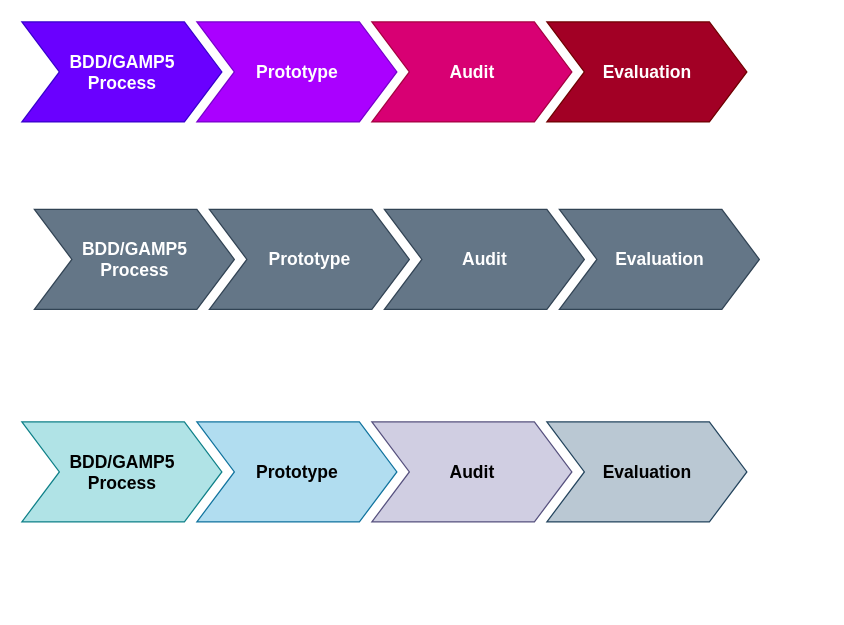
The draw.io diagram documentation/Approach_Figure1.drawio in sableu/BDD4OQ, before the edit. Source tidied: cells renumbered, new cells numbered last; positions are measured from the earlier drawing's top-left corner, leaving out a move shared by most shapes. Both pictures are drawn from the tidied source at 125%, with x=0, y=0 at pixel (21, 21).
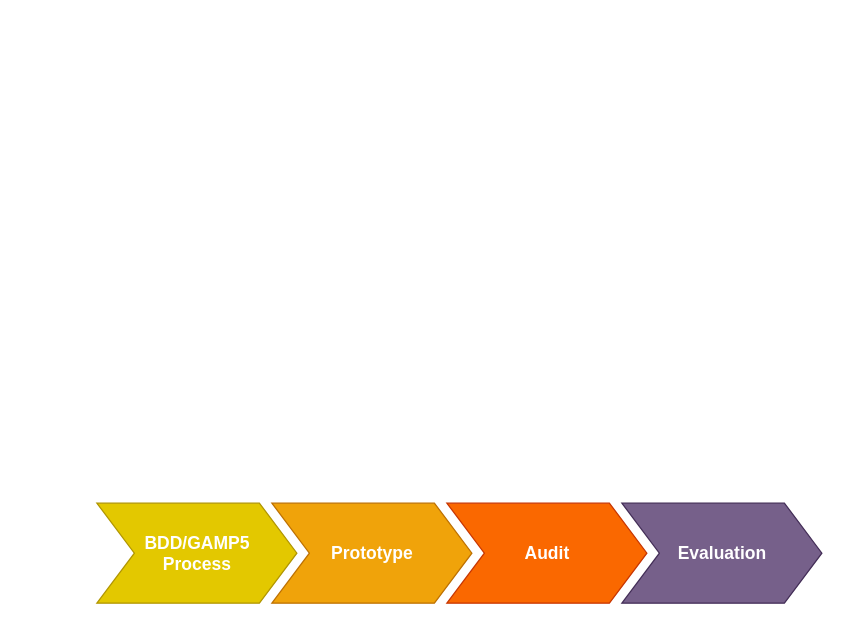
The same page after the edit.

Commit message (it also covers changes not shown here):
Continued on Documentation GAMP5 Part --> IQ, OQ, PQ and smaller corrections and improvements

Change to the diagram source:
```diff
@@
 <mxGraphModel>
   <root>
     <mxCell id="0" />
     <mxCell id="1" parent="0" />
-    <mxCell id="2" value="&lt;b style=&quot;font-size: 14px&quot;&gt;BDD/GAMP5&lt;br&gt;Process&lt;/b&gt;" style="html=1;shadow=0;dashed=0;align=center;verticalAlign=middle;shape=mxgraph.arrows2.arrow;dy=0;dx=30;notch=30;fillColor=#6a00ff;strokeColor=#3700CC;fontColor=#ffffff;" parent="1" vertex="1">
-      <mxGeometry width="160" height="80" as="geometry" />
-    </mxCell>
-    <mxCell id="3" value="&lt;span style=&quot;font-size: 14px&quot;&gt;&lt;b&gt;Prototype&lt;/b&gt;&lt;/span&gt;" style="html=1;shadow=0;dashed=0;align=center;verticalAlign=middle;shape=mxgraph.arrows2.arrow;dy=0;dx=30;notch=30;fillColor=#aa00ff;strokeColor=#7700CC;fontColor=#ffffff;" parent="1" vertex="1">
-      <mxGeometry x="140" width="160" height="80" as="geometry" />
-    </mxCell>
-    <mxCell id="4" value="&lt;span style=&quot;font-size: 14px&quot;&gt;&lt;b&gt;Audit&lt;/b&gt;&lt;/span&gt;" style="html=1;shadow=0;dashed=0;align=center;verticalAlign=middle;shape=mxgraph.arrows2.arrow;dy=0;dx=30;notch=30;fillColor=#d80073;strokeColor=#A50040;fontColor=#ffffff;" parent="1" vertex="1">
-      <mxGeometry x="280" width="160" height="80" as="geometry" />
-    </mxCell>
-    <mxCell id="5" value="&lt;span style=&quot;font-size: 14px&quot;&gt;&lt;b&gt;Evaluation&lt;/b&gt;&lt;/span&gt;" style="html=1;shadow=0;dashed=0;align=center;verticalAlign=middle;shape=mxgraph.arrows2.arrow;dy=0;dx=30;notch=30;fillColor=#a20025;strokeColor=#6F0000;fontColor=#ffffff;" parent="1" vertex="1">
-      <mxGeometry x="420" width="160" height="80" as="geometry" />
-    </mxCell>
-    <mxCell id="6" value="&lt;b style=&quot;font-size: 14px&quot;&gt;BDD/GAMP5&lt;br&gt;Process&lt;/b&gt;" style="html=1;shadow=0;dashed=0;align=center;verticalAlign=middle;shape=mxgraph.arrows2.arrow;dy=0;dx=30;notch=30;fillColor=#647687;strokeColor=#314354;fontColor=#ffffff;" parent="1" vertex="1">
-      <mxGeometry x="10" y="150" width="160" height="80" as="geometry" />
-    </mxCell>
-    <mxCell id="7" value="&lt;span style=&quot;font-size: 14px&quot;&gt;&lt;b&gt;Prototype&lt;/b&gt;&lt;/span&gt;" style="html=1;shadow=0;dashed=0;align=center;verticalAlign=middle;shape=mxgraph.arrows2.arrow;dy=0;dx=30;notch=30;fillColor=#647687;strokeColor=#314354;fontColor=#ffffff;" parent="1" vertex="1">
-      <mxGeometry x="150" y="150" width="160" height="80" as="geometry" />
-    </mxCell>
-    <mxCell id="8" value="&lt;span style=&quot;font-size: 14px&quot;&gt;&lt;b&gt;Audit&lt;/b&gt;&lt;/span&gt;" style="html=1;shadow=0;dashed=0;align=center;verticalAlign=middle;shape=mxgraph.arrows2.arrow;dy=0;dx=30;notch=30;fillColor=#647687;strokeColor=#314354;fontColor=#ffffff;" parent="1" vertex="1">
-      <mxGeometry x="290" y="150" width="160" height="80" as="geometry" />
-    </mxCell>
-    <mxCell id="9" value="&lt;span style=&quot;font-size: 14px&quot;&gt;&lt;b&gt;Evaluation&lt;/b&gt;&lt;/span&gt;" style="html=1;shadow=0;dashed=0;align=center;verticalAlign=middle;shape=mxgraph.arrows2.arrow;dy=0;dx=30;notch=30;fillColor=#647687;strokeColor=#314354;fontColor=#ffffff;" parent="1" vertex="1">
-      <mxGeometry x="430" y="150" width="160" height="80" as="geometry" />
-    </mxCell>
-    <mxCell id="10" value="&lt;b style=&quot;font-size: 14px&quot;&gt;BDD/GAMP5&lt;br&gt;Process&lt;/b&gt;" style="html=1;shadow=0;dashed=0;align=center;verticalAlign=middle;shape=mxgraph.arrows2.arrow;dy=0;dx=30;notch=30;fillColor=#b0e3e6;strokeColor=#0e8088;" parent="1" vertex="1">
-      <mxGeometry y="320" width="160" height="80" as="geometry" />
-    </mxCell>
-    <mxCell id="11" value="&lt;span style=&quot;font-size: 14px&quot;&gt;&lt;b&gt;Prototype&lt;/b&gt;&lt;/span&gt;" style="html=1;shadow=0;dashed=0;align=center;verticalAlign=middle;shape=mxgraph.arrows2.arrow;dy=0;dx=30;notch=30;fillColor=#b1ddf0;strokeColor=#10739e;" parent="1" vertex="1">
-      <mxGeometry x="140" y="320" width="160" height="80" as="geometry" />
-    </mxCell>
-    <mxCell id="12" value="&lt;span style=&quot;font-size: 14px&quot;&gt;&lt;b&gt;Audit&lt;/b&gt;&lt;/span&gt;" style="html=1;shadow=0;dashed=0;align=center;verticalAlign=middle;shape=mxgraph.arrows2.arrow;dy=0;dx=30;notch=30;fillColor=#d0cee2;strokeColor=#56517e;" parent="1" vertex="1">
-      <mxGeometry x="280" y="320" width="160" height="80" as="geometry" />
-    </mxCell>
-    <mxCell id="13" value="&lt;span style=&quot;font-size: 14px&quot;&gt;&lt;b&gt;Evaluation&lt;/b&gt;&lt;/span&gt;" style="html=1;shadow=0;dashed=0;align=center;verticalAlign=middle;shape=mxgraph.arrows2.arrow;dy=0;dx=30;notch=30;fillColor=#bac8d3;strokeColor=#23445d;" parent="1" vertex="1">
-      <mxGeometry x="420" y="320" width="160" height="80" as="geometry" />
-    </mxCell>
+    <mxCell id="14" value="&lt;b style=&quot;font-size: 14px&quot;&gt;BDD/GAMP5&lt;br&gt;Process&lt;/b&gt;" style="html=1;shadow=0;dashed=0;align=center;verticalAlign=middle;shape=mxgraph.arrows2.arrow;dy=0;dx=30;notch=30;fillColor=#e3c800;strokeColor=#B09500;fontColor=#ffffff;" parent="1" vertex="1">
+      <mxGeometry x="60" y="385" width="160" height="80" as="geometry" />
+    </mxCell>
+    <mxCell id="15" value="&lt;span style=&quot;font-size: 14px&quot;&gt;&lt;b&gt;Prototype&lt;/b&gt;&lt;/span&gt;" style="html=1;shadow=0;dashed=0;align=center;verticalAlign=middle;shape=mxgraph.arrows2.arrow;dy=0;dx=30;notch=30;fillColor=#f0a30a;strokeColor=#BD7000;fontColor=#ffffff;" parent="1" vertex="1">
+      <mxGeometry x="200" y="385" width="160" height="80" as="geometry" />
+    </mxCell>
+    <mxCell id="16" value="&lt;span style=&quot;font-size: 14px&quot;&gt;&lt;b&gt;Audit&lt;/b&gt;&lt;/span&gt;" style="html=1;shadow=0;dashed=0;align=center;verticalAlign=middle;shape=mxgraph.arrows2.arrow;dy=0;dx=30;notch=30;fillColor=#fa6800;strokeColor=#C73500;fontColor=#ffffff;" parent="1" vertex="1">
+      <mxGeometry x="340" y="385" width="160" height="80" as="geometry" />
+    </mxCell>
+    <mxCell id="17" value="&lt;span style=&quot;font-size: 14px&quot;&gt;&lt;b&gt;Evaluation&lt;/b&gt;&lt;/span&gt;" style="html=1;shadow=0;dashed=0;align=center;verticalAlign=middle;shape=mxgraph.arrows2.arrow;dy=0;dx=30;notch=30;fillColor=#76608a;strokeColor=#432D57;fontColor=#ffffff;" parent="1" vertex="1">
+      <mxGeometry x="480" y="385" width="160" height="80" as="geometry" />
+    </mxCell>
   </root>
 </mxGraphModel>
```
